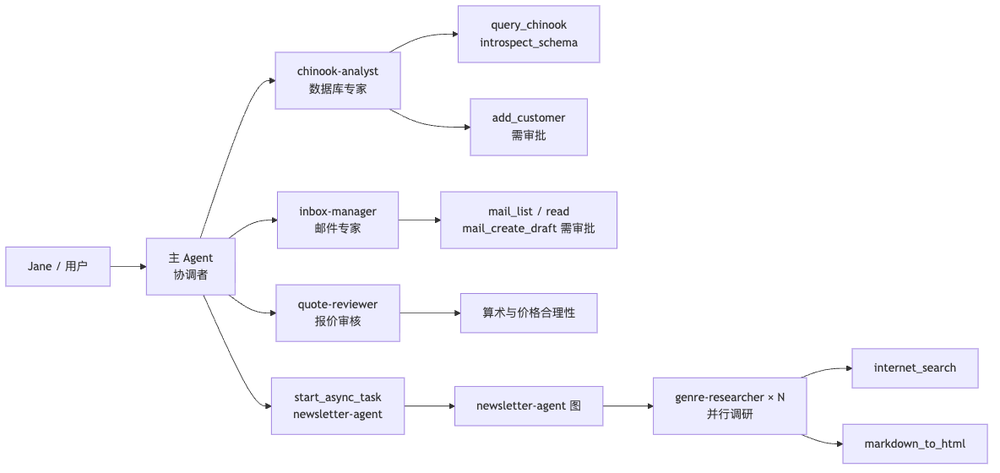
The Mermaid diagram assets/agent-delegation.png in talala1208/Multi-Agent-Sales-Copilot, before a commit. Its source is kept beside it as assets/agent-delegation.mmd.
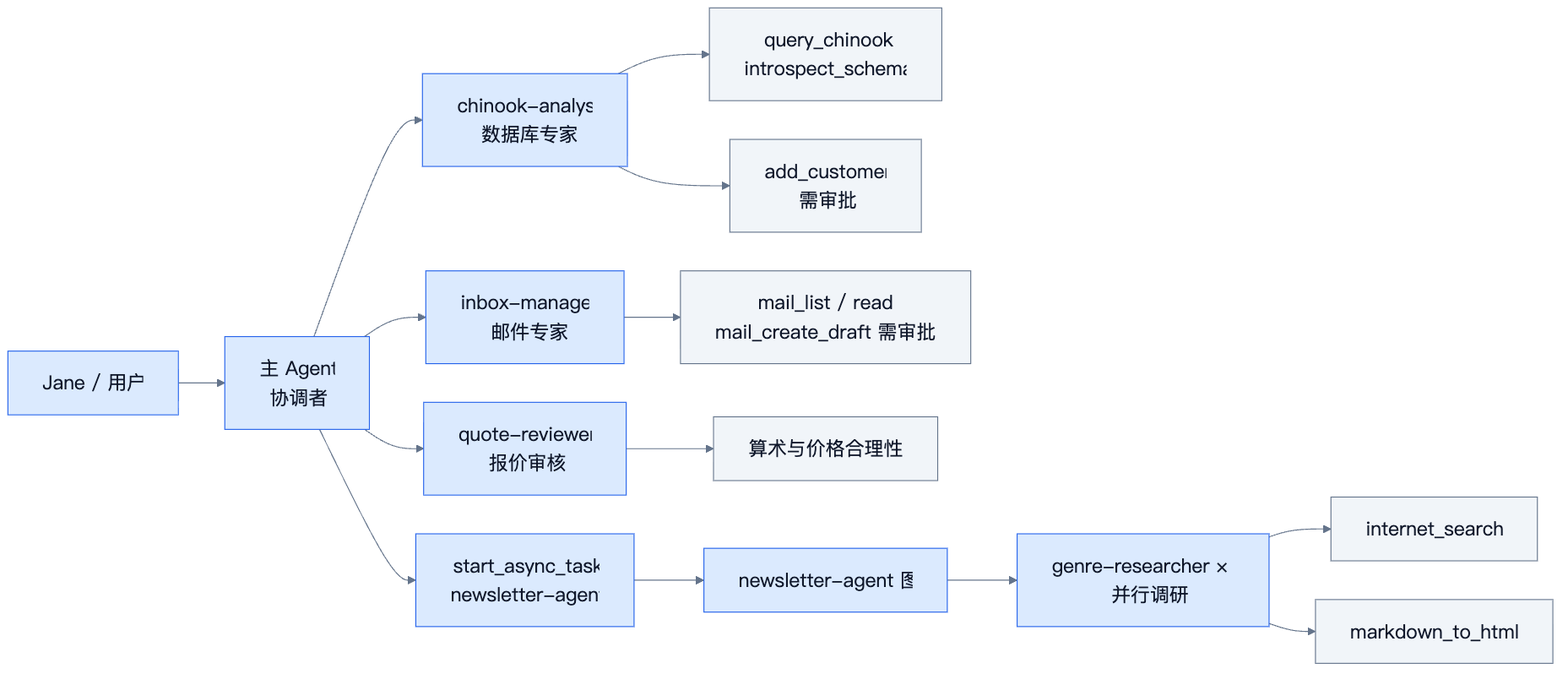
After the commit.

Commit message:
Add configuration and styling to Mermaid diagrams in agent-delegation, async-newsletter, and human-in-loop files

The edit, as a diff of the source:
```diff
@@ -1,3 +1,22 @@
+---
+config:
+  theme: base
+  flowchart:
+    htmlLabels: true
+    wrappingWidth: 320
+    padding: 18
+    nodeSpacing: 40
+    rankSpacing: 48
+  themeVariables:
+    fontFamily: ui-sans-serif, system-ui, sans-serif
+    fontSize: 20px
+    primaryColor: '#dbeafe'
+    primaryTextColor: '#0f172a'
+    primaryBorderColor: '#2563eb'
+    lineColor: '#64748b'
+    clusterBkg: '#f8fafc'
+    clusterBorder: '#cbd5e1'
+---
 flowchart LR
     User["Jane / 用户"] --> Orchestrator["主 Agent\n协调者"]
 
@@ -15,3 +34,8 @@
     NLGraph --> Genre["genre-researcher × N\n并行调研"]
     Genre --> Search["internet_search"]
     Genre --> HTML["markdown_to_html"]
+
+    classDef agent fill:#dbeafe,stroke:#2563eb,color:#0f172a
+    classDef hub fill:#f1f5f9,stroke:#64748b,color:#0f172a
+    class User,Orchestrator,Analyst,Inbox,Reviewer,Async,NLGraph,Genre agent
+    class SQL,Write,MailTools,Check,Search,HTML hub
```
